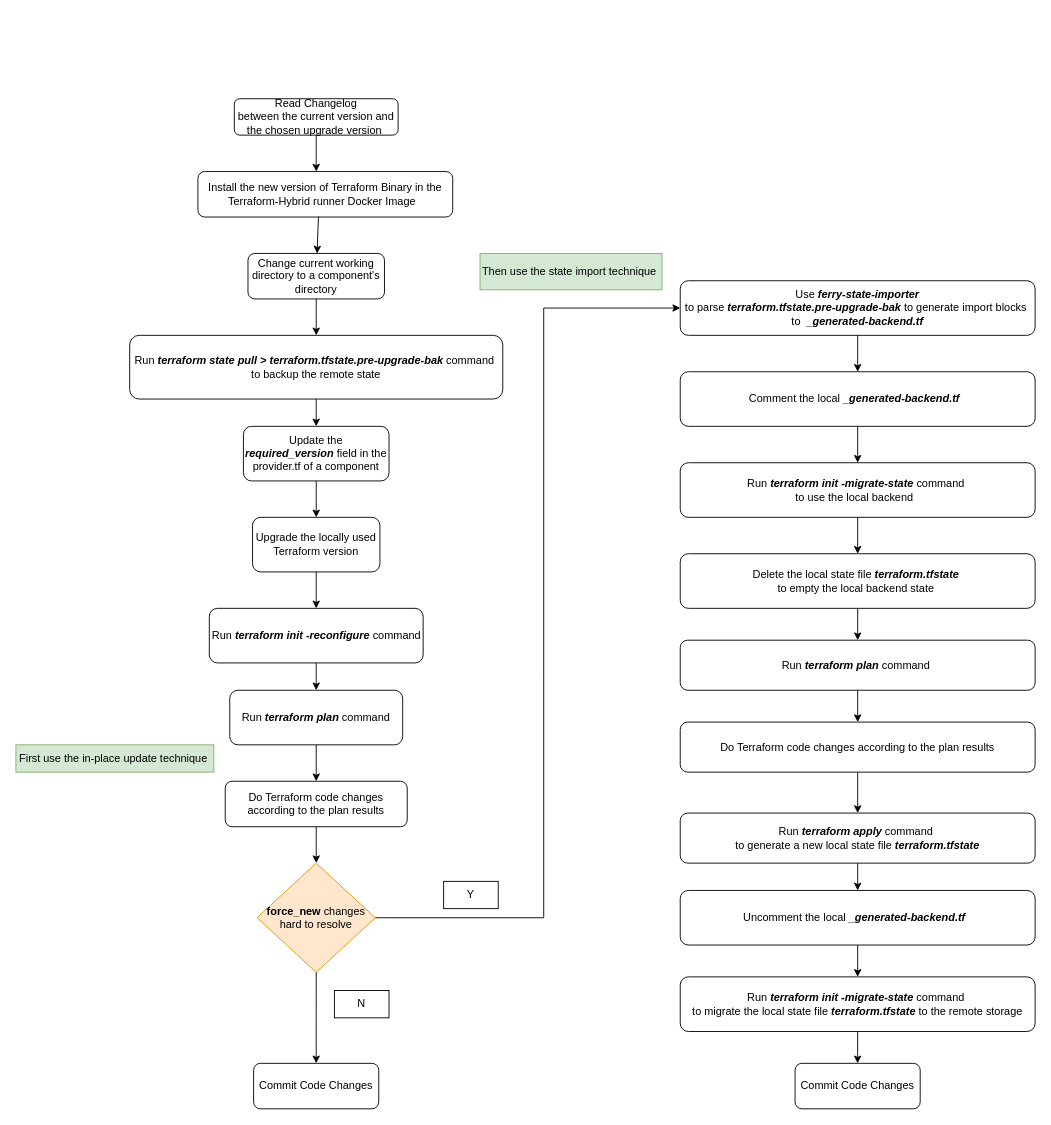
YanshanSong/draw.io keeps this draw.io diagram as page "terraform-upgrade-steps" (3 of 4) of terraform-version-chosen-strategy.drawio. Above is the earlier version. Source tidied: cells renumbered, new cells numbered last; positions are measured from the earlier drawing's top-left corner, leaving out a move shared by most shapes. Both pictures are drawn from the tidied source at 91%, with x=0, y=0 at pixel (15, 98).
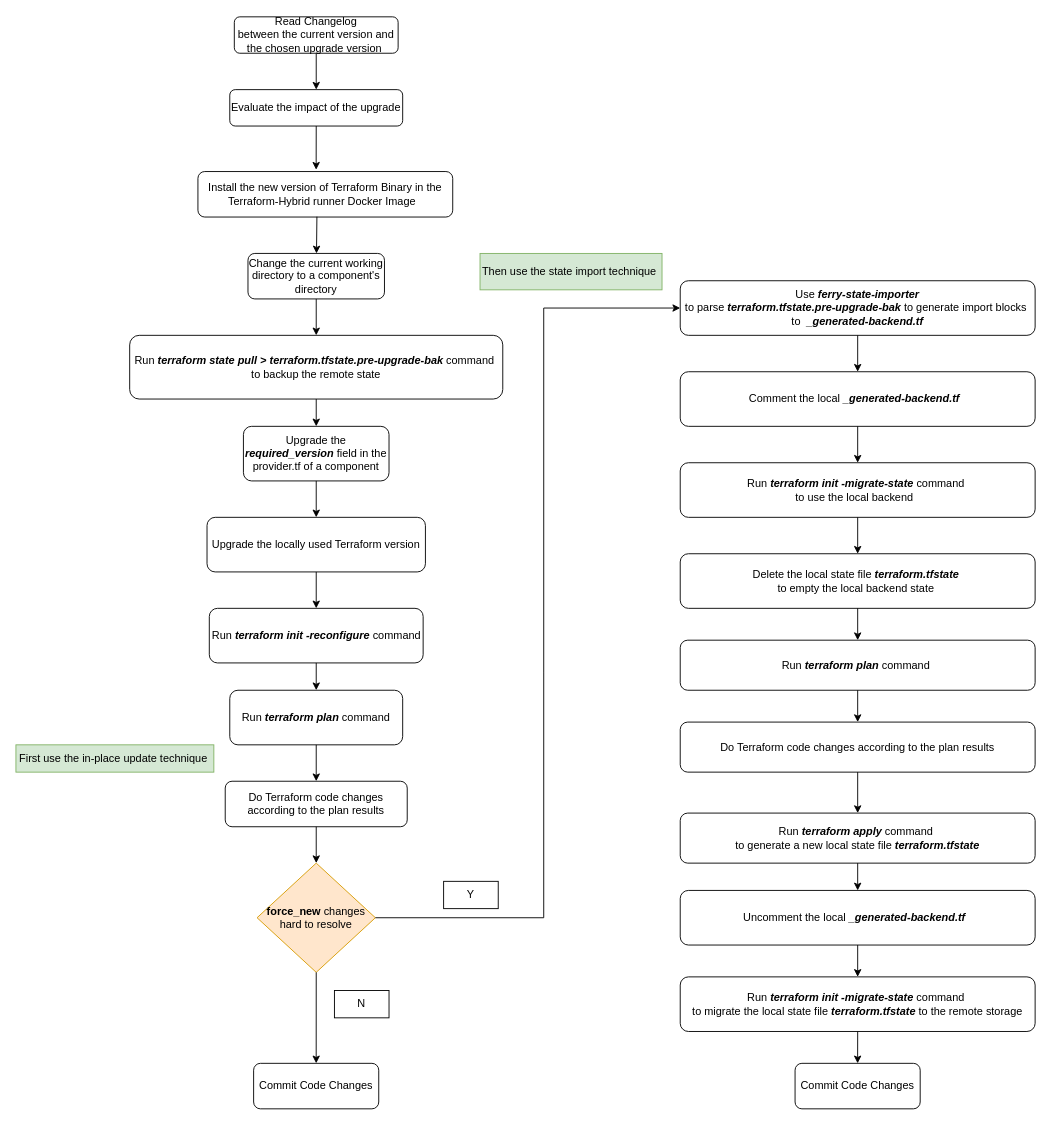
Above is the later version.

Unchanged cells that the change refers to:
```xml
<mxCell id="3" value="Install the new version of Terraform Binary in the Terraform-Hybrid runner Docker Image&amp;nbsp;&amp;nbsp;" style="rounded=1;whiteSpace=wrap;html=1;" parent="1" vertex="1">
  <mxGeometry x="200" y="80" width="280" height="50" as="geometry" />
</mxCell>
```

Diff of the diagram source:
```diff
@@
     <mxCell id="2" value="Read Changelog&lt;div&gt;between the current version and the chosen upgrade version&amp;nbsp;&lt;/div&gt;" style="rounded=1;whiteSpace=wrap;html=1;" parent="1" vertex="1">
-      <mxGeometry x="240" width="180" height="40" as="geometry" />
+      <mxGeometry x="240" y="-90" width="180" height="40" as="geometry" />
     </mxCell>
@@
-    <mxCell id="4" value="Update the &lt;b&gt;&lt;i&gt;required_version&lt;/i&gt;&lt;/b&gt; field in the provider.tf of a component" style="rounded=1;whiteSpace=wrap;html=1;" parent="1" vertex="1">
+    <mxCell id="4" value="Upgrade the &lt;b&gt;&lt;i&gt;required_version&lt;/i&gt;&lt;/b&gt; field in the provider.tf of a component" style="rounded=1;whiteSpace=wrap;html=1;" parent="1" vertex="1">
       <mxGeometry x="250" y="360" width="160" height="60" as="geometry" />
     </mxCell>
     <mxCell id="5" value="Upgrade the locally used Terraform version" style="rounded=1;whiteSpace=wrap;html=1;" parent="1" vertex="1">
-      <mxGeometry x="260" y="460" width="140" height="60" as="geometry" />
+      <mxGeometry x="210" y="460" width="240" height="60" as="geometry" />
     </mxCell>
@@
-    <mxCell id="10" value="Change current working directory to a component's directory" style="rounded=1;whiteSpace=wrap;html=1;" parent="1" vertex="1">
+    <mxCell id="10" value="Change the current working directory to a component's directory" style="rounded=1;whiteSpace=wrap;html=1;" parent="1" vertex="1">
       <mxGeometry x="255" y="170" width="150" height="50" as="geometry" />
     </mxCell>
@@
-    <mxCell id="36" style="endArrow=classic;html=1;rounded=0;exitX=0.5;exitY=1;exitDx=0;exitDy=0;" parent="1" edge="1" source="2">
-      <mxGeometry relative="1" as="geometry">
-        <mxPoint x="330" y="80" as="targetPoint" />
-      </mxGeometry>
-    </mxCell>
-    <mxCell id="37" style="endArrow=classic;html=1;rounded=0;exitX=0.473;exitY=0.991;exitDx=0;exitDy=0;exitPerimeter=0;" parent="1" edge="1" source="3" target="10">
+    <mxCell id="37" style="endArrow=classic;html=1;rounded=0;exitX=0.467;exitY=0.993;exitDx=0;exitDy=0;exitPerimeter=0;" parent="1" edge="1" source="3" target="10">
       <mxGeometry relative="1" as="geometry" />
     </mxCell>
@@
+    <mxCell id="47" value="Evaluate the impact of the upgrade" style="rounded=1;whiteSpace=wrap;html=1;" parent="1" vertex="1">
+      <mxGeometry x="235" y="-10" width="190" height="40" as="geometry" />
+    </mxCell>
+    <mxCell id="48" style="endArrow=classic;html=1;rounded=0;exitX=0.5;exitY=1;exitDx=0;exitDy=0;" parent="1" edge="1" source="2" target="47">
+      <mxGeometry relative="1" as="geometry" />
+    </mxCell>
+    <mxCell id="49" style="endArrow=classic;html=1;rounded=0;exitX=0.5;exitY=1;exitDx=0;exitDy=0;entryX=0.464;entryY=-0.04;entryDx=0;entryDy=0;entryPerimeter=0;" parent="1" edge="1" source="47" target="3">
+      <mxGeometry relative="1" as="geometry" />
+    </mxCell>
```
